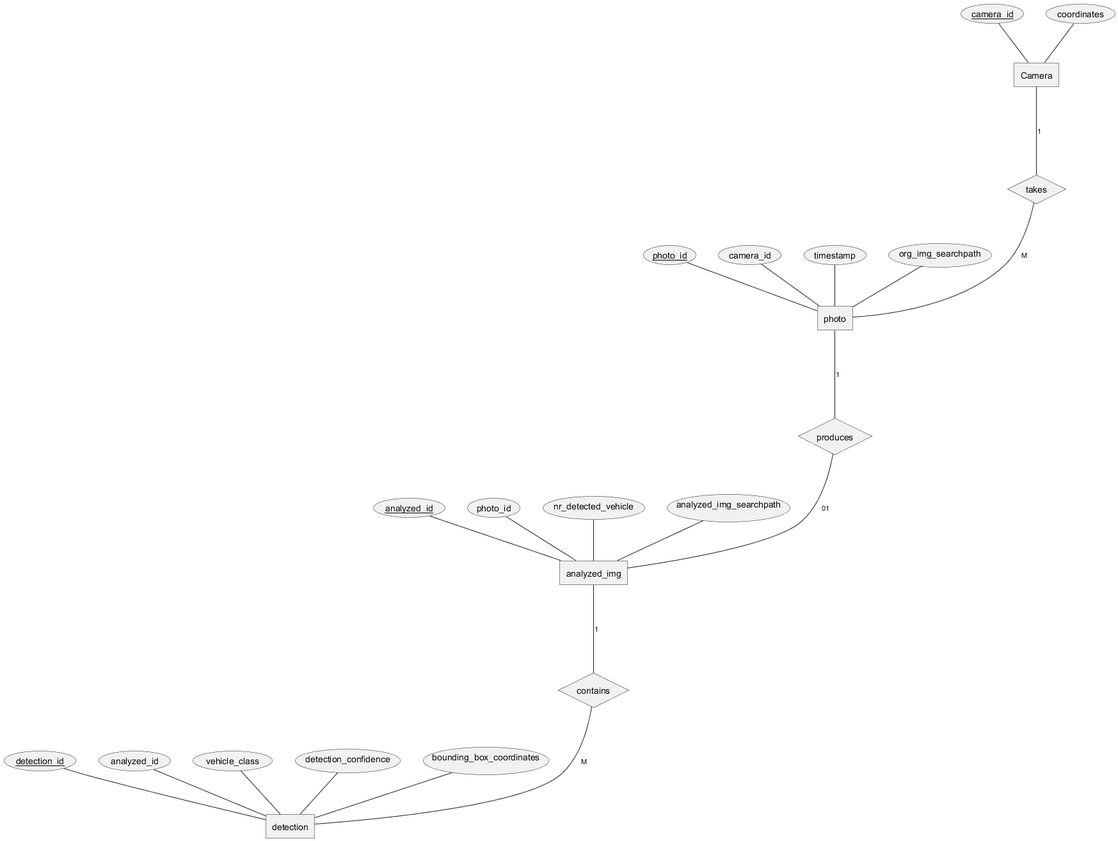
Earlier version of the PlantUML export diagrams/Database_schema.png (kigu25/Roadflow). The source it was exported from:
```plantuml
@startchen E/R Diagram for RoadFlow Database
top to bottom direction


entity Camera {
    camera_id <<key>>
    coordinates
}

entity photo{
    photo_id <<key>>
    camera_id
    timestamp
    org_img_searchpath
}

entity analyzed_img{
    analyzed_id<<key>>
    photo_id
    nr_detected_vehicle
    analyzed_img_searchpath
}

entity detection{
    detection_id<<key>>
    analyzed_id
    vehicle_class
    detection_confidence
    bounding_box_coordinates
}


relationship takes{
}

relationship produces{
}

relationship contains {

}


Camera -1- takes
takes -M- photo
photo -1- produces
produces -01- analyzed_img
analyzed_img -1- contains
contains -M- detection



@endchen
```
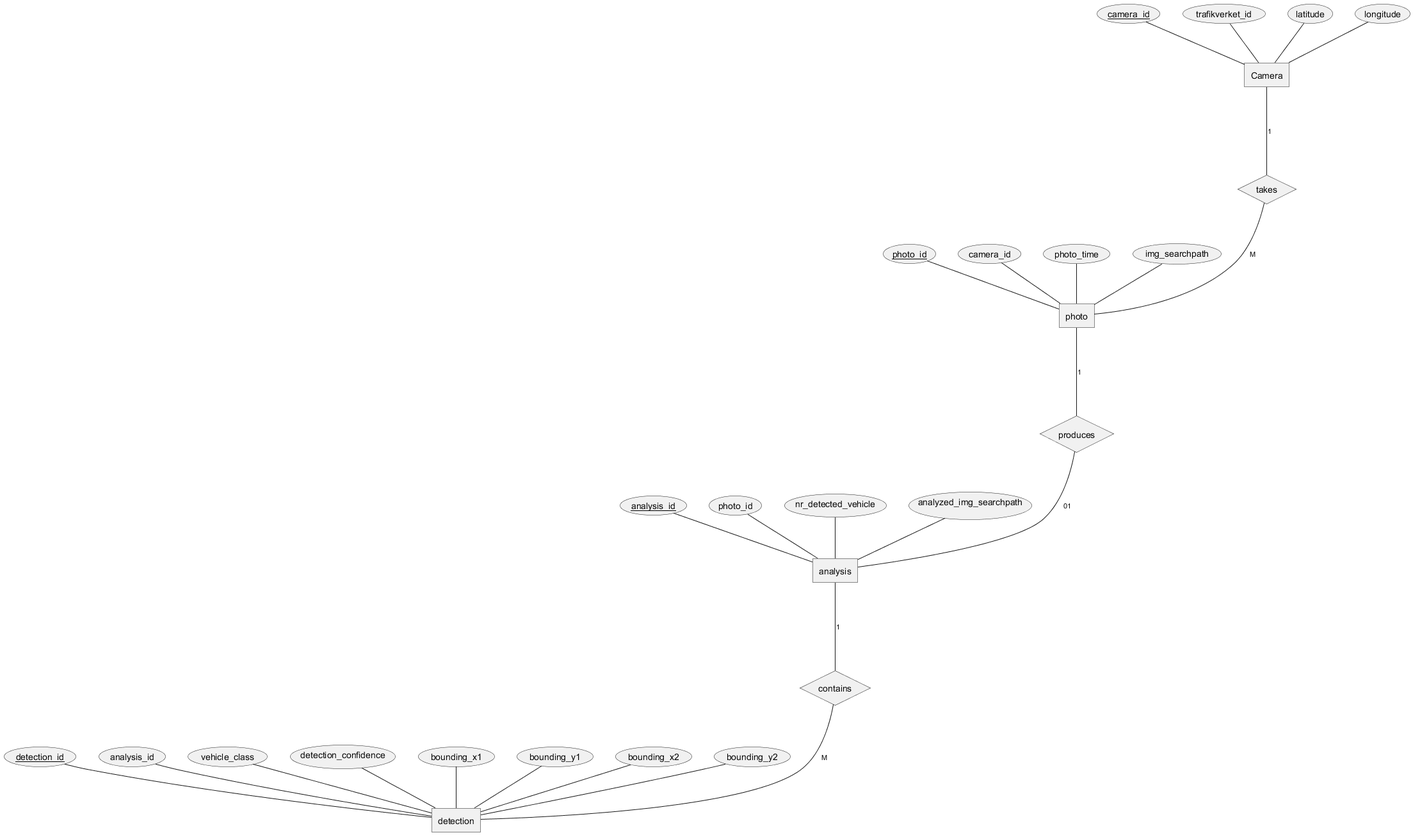
Later version of the same file.

Commit message:
Updated schema to match implementation

Diff of the diagram source:
```diff
@@ -4,18 +4,20 @@
 
 entity Camera {
     camera_id <<key>>
-    coordinates
+    trafikverket_id
+    latitude
+    longitude
 }
 
 entity photo{
     photo_id <<key>>
     camera_id
-    timestamp
-    org_img_searchpath
+    photo_time
+    img_searchpath
 }
 
-entity analyzed_img{
-    analyzed_id<<key>>
+entity analysis{
+    analysis_id<<key>>
     photo_id
     nr_detected_vehicle
     analyzed_img_searchpath
@@ -23,10 +25,13 @@
 
 entity detection{
     detection_id<<key>>
-    analyzed_id
+    analysis_id
     vehicle_class
     detection_confidence
-    bounding_box_coordinates
+    bounding_x1
+    bounding_y1
+    bounding_x2
+    bounding_y2
 }
 
 
@@ -44,8 +49,8 @@
 Camera -1- takes
 takes -M- photo
 photo -1- produces
-produces -01- analyzed_img
-analyzed_img -1- contains
+produces -01- analysis
+analysis -1- contains
 contains -M- detection
 
 
```
